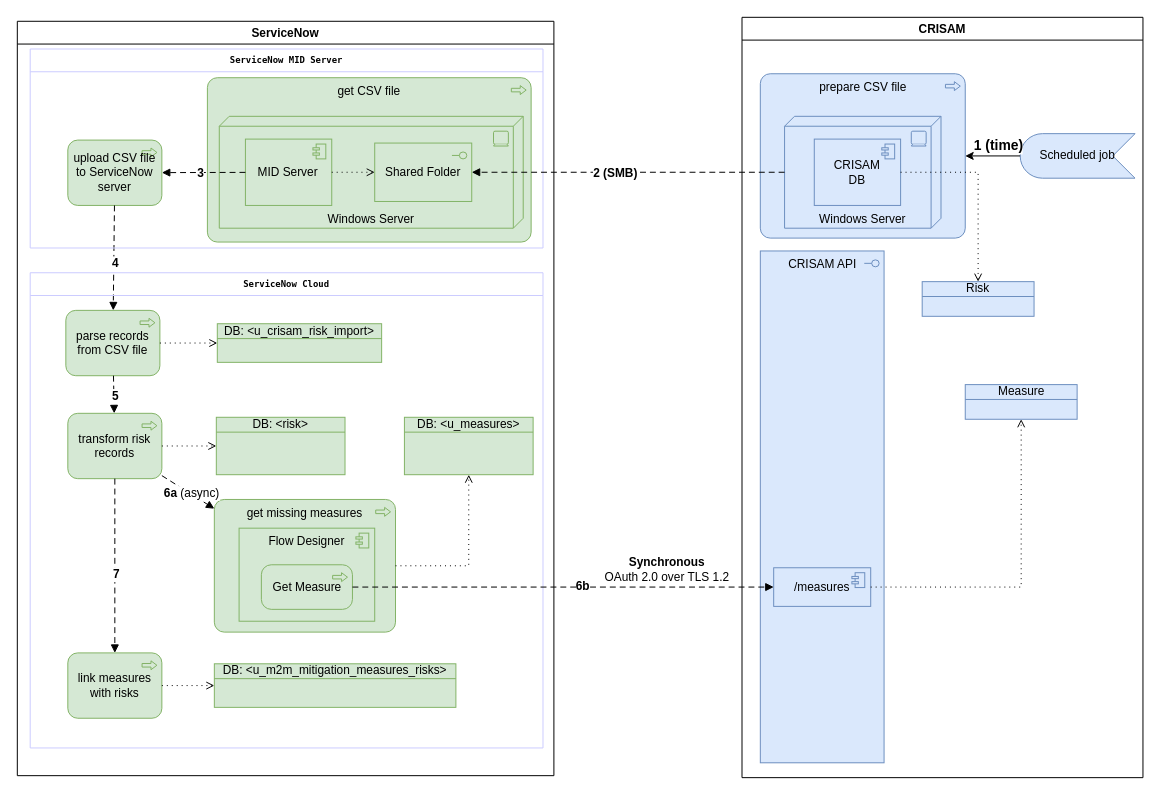
This is page "Crisam2SnMid" (14 of 16) of AldiCrisam.drawio from algimas/tmp, a draw.io file, before an edit. Source tidied: cells renumbered, new cells numbered last; positions are measured from the earlier drawing's top-left corner, leaving out a move shared by most shapes. Both pictures are drawn from the tidied source at 99%, with x=0, y=0 at pixel (17, 17).
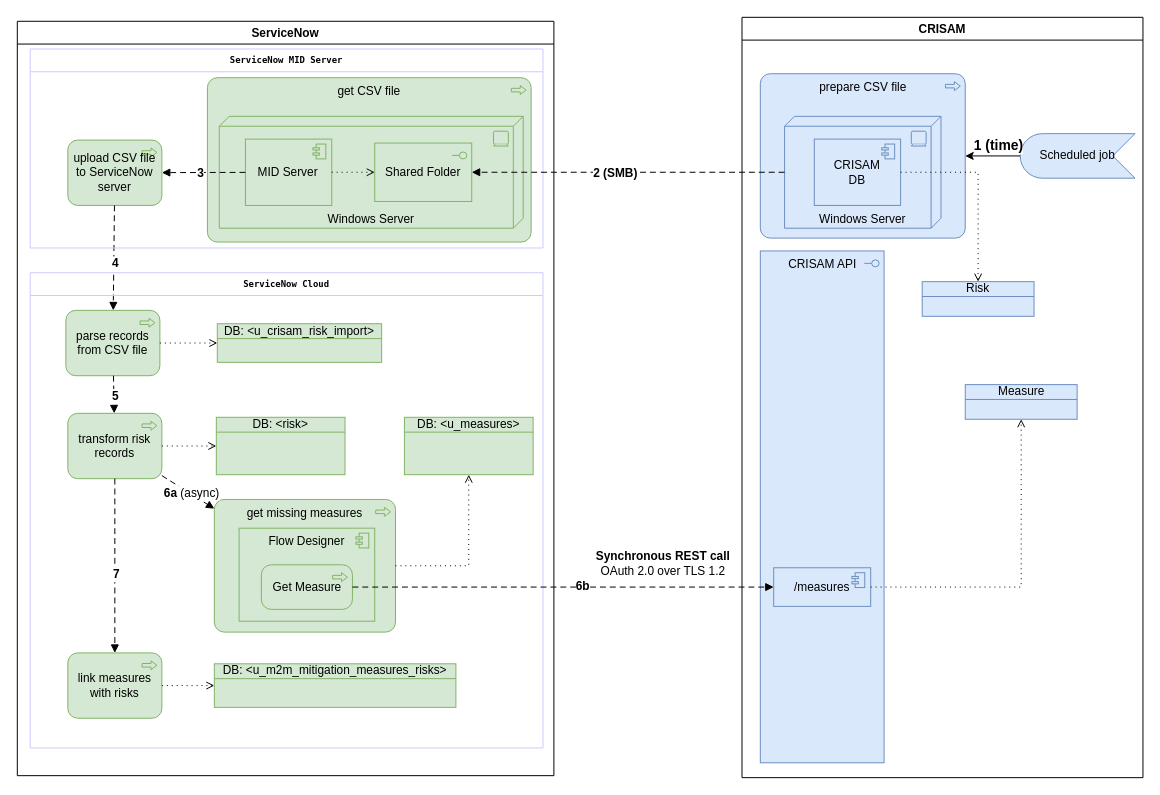
Above is the later version.

The edit, as a diff of the source:
```diff
@@
-    <mxCell id="45" value="&lt;div&gt;&lt;b&gt;Synchronous&lt;/b&gt;&lt;/div&gt;&lt;div&gt;OAuth 2.0 over TLS 1.2&lt;/div&gt;" style="text;html=1;align=center;verticalAlign=middle;strokeColor=none;fillColor=none;" parent="1" vertex="1">
-      <mxGeometry x="588" y="542" width="136" height="32" as="geometry" />
-    </mxCell>
@@
+    <mxCell id="53" value="&lt;div&gt;&lt;b&gt;Synchronous REST call&lt;/b&gt;&lt;/div&gt;&lt;div&gt;OAuth 2.0 over TLS 1.2&lt;/div&gt;" style="text;html=1;align=center;verticalAlign=middle;strokeColor=none;fillColor=none;" parent="1" vertex="1">
+      <mxGeometry x="575" y="531" width="153" height="41" as="geometry" />
+    </mxCell>
```
